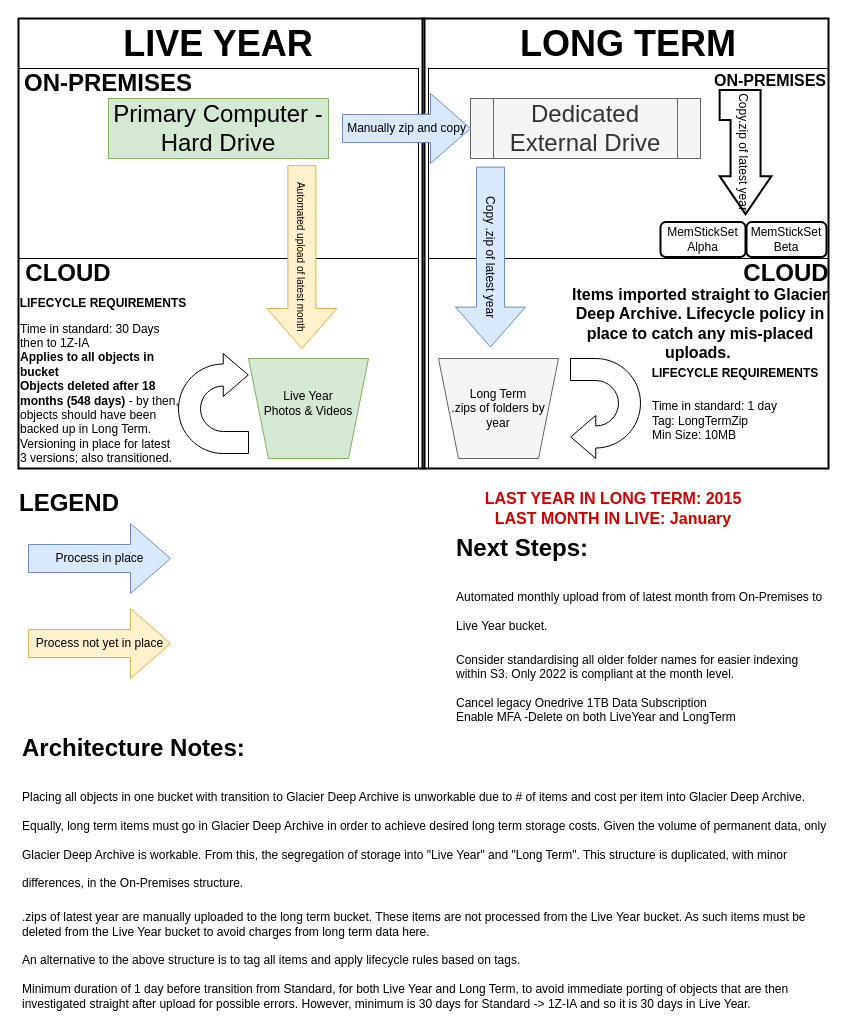
This is S3_Backup_Structure.drawio from ancollis757/generaltools, a draw.io file, before an edit. Source tidied: cells renumbered, new cells numbered last; positions are measured from the earlier drawing's top-left corner, leaving out a move shared by most shapes. Both pictures are drawn from the tidied source at 100%, with x=0, y=0 at pixel (17, 18).
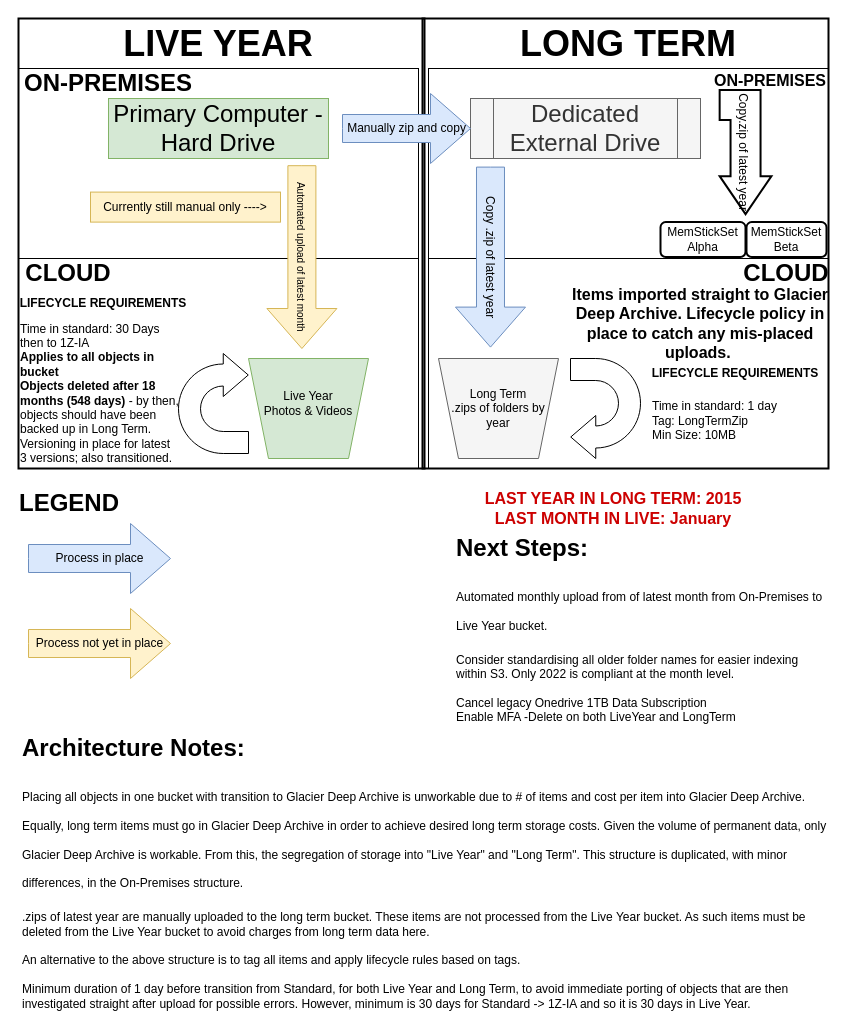
The same page after the edit.

Commit message:
manual steps noted

Change to the diagram source:
```diff
@@
+    <mxCell id="39" value="Currently still manual only ----&amp;gt;" style="text;html=1;strokeColor=#d6b656;fillColor=#fff2cc;align=center;verticalAlign=middle;whiteSpace=wrap;rounded=0;" parent="1" vertex="1">
+      <mxGeometry x="73" y="173.6" width="190" height="30" as="geometry" />
+    </mxCell>
```
